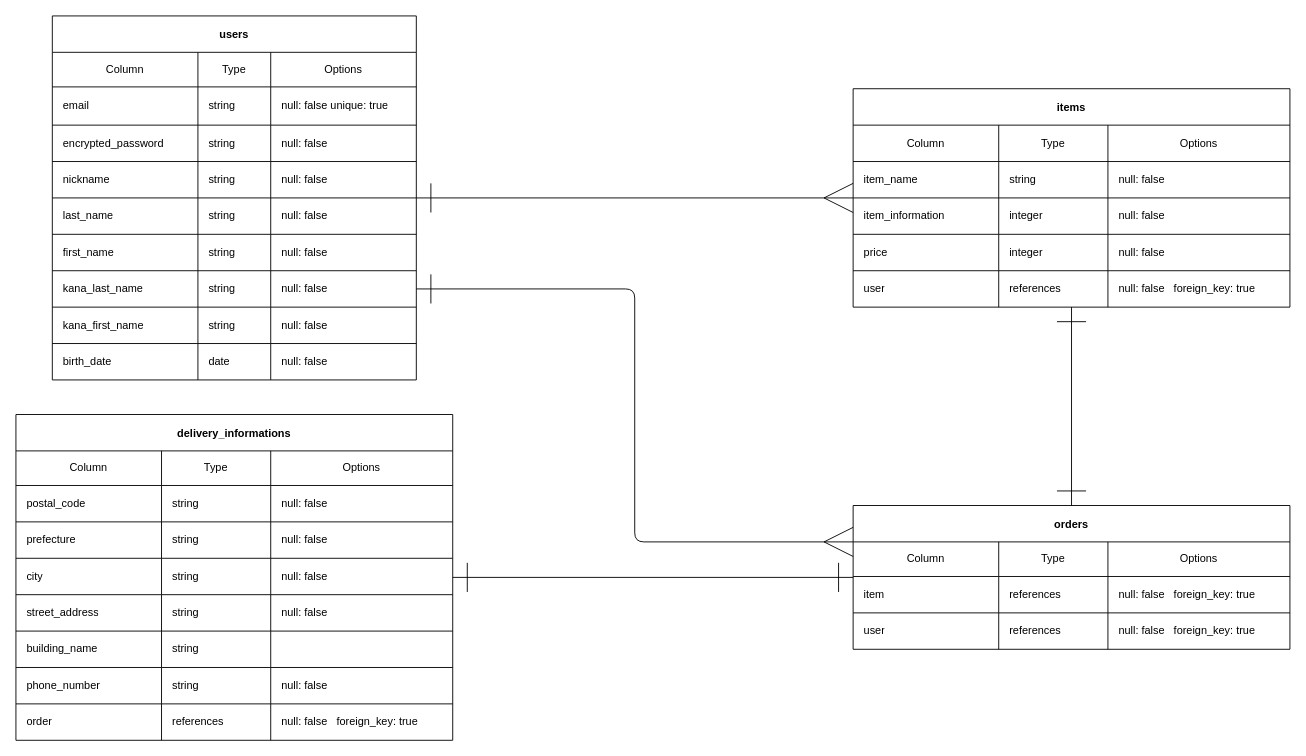
rkmr17/furima-39418 keeps this draw.io diagram as ER.dio. Above is the earlier version. Source tidied: cells renumbered, new cells numbered last; positions are measured from the earlier drawing's top-left corner, leaving out a move shared by most shapes. Both pictures are drawn from the tidied source at 91%, with x=0, y=0 at pixel (15, 15).
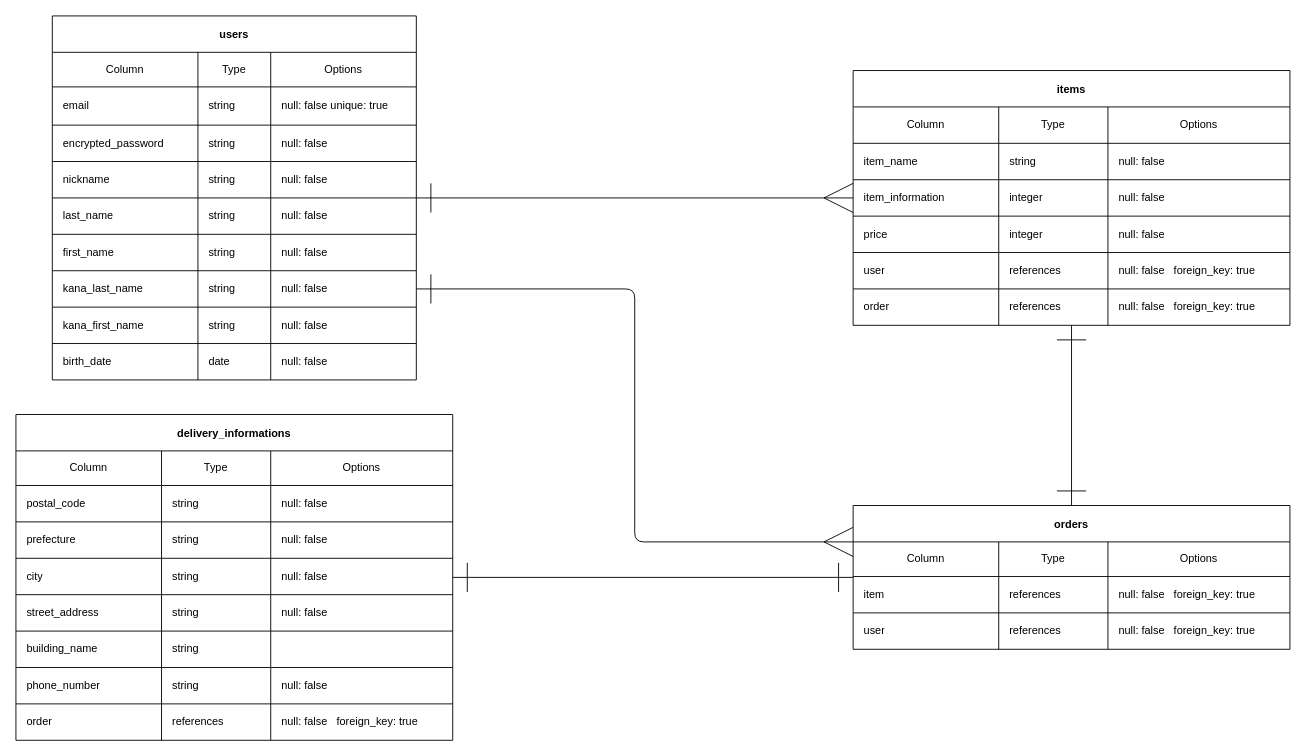
The same diagram, later.

Commit message (it also covers changes not shown here):
データベース設計

The edit, as a diff of the source:
```diff
@@
     <mxCell id="41" value="items" style="shape=table;startSize=40;childLayout=tableLayout;fontStyle=1;align=center;fillColor=none;" parent="1" vertex="1">
-      <mxGeometry x="920" y="80" width="480" height="240" as="geometry" />
+      <mxGeometry x="920" y="60" width="480" height="280" as="geometry" />
     </mxCell>
@@
+    <mxCell id="110" style="shape=tableRow;horizontal=0;startSize=0;swimlaneHead=0;swimlaneBody=0;top=0;left=0;bottom=0;right=0;align=left;spacingLeft=10;fillColor=none;" parent="41" vertex="1">
+      <mxGeometry y="200" width="480" height="40" as="geometry" />
+    </mxCell>
+    <mxCell id="111" value="user" style="shape=partialRectangle;html=1;whiteSpace=wrap;top=0;left=0;bottom=0;right=0;overflow=hidden;align=left;spacingLeft=10;fillColor=none;" parent="110" vertex="1">
+      <mxGeometry width="160" height="40" as="geometry" />
+    </mxCell>
+    <mxCell id="112" value="references" style="shape=partialRectangle;html=1;whiteSpace=wrap;top=0;left=0;bottom=0;right=0;overflow=hidden;align=left;spacingLeft=10;fillColor=none;" parent="110" vertex="1">
+      <mxGeometry x="160" width="120" height="40" as="geometry" />
+    </mxCell>
+    <mxCell id="113" value="null: false&amp;nbsp; &amp;nbsp;foreign_key: true" style="shape=partialRectangle;html=1;whiteSpace=wrap;top=0;left=0;bottom=0;right=0;overflow=hidden;align=left;spacingLeft=10;fillColor=none;" parent="110" vertex="1">
+      <mxGeometry x="280" width="200" height="40" as="geometry" />
+    </mxCell>
     <mxCell id="58" style="shape=tableRow;horizontal=0;startSize=0;swimlaneHead=0;swimlaneBody=0;top=0;left=0;bottom=0;right=0;align=left;spacingLeft=10;fillColor=none;" parent="41" vertex="1">
-      <mxGeometry y="200" width="480" height="40" as="geometry" />
+      <mxGeometry y="240" width="480" height="40" as="geometry" />
     </mxCell>
-    <mxCell id="59" value="user" style="shape=partialRectangle;html=1;whiteSpace=wrap;top=0;left=0;bottom=0;right=0;overflow=hidden;align=left;spacingLeft=10;fillColor=none;" parent="58" vertex="1">
+    <mxCell id="59" value="order" style="shape=partialRectangle;html=1;whiteSpace=wrap;top=0;left=0;bottom=0;right=0;overflow=hidden;align=left;spacingLeft=10;fillColor=none;" parent="58" vertex="1">
       <mxGeometry width="160" height="40" as="geometry" />
     </mxCell>
```
